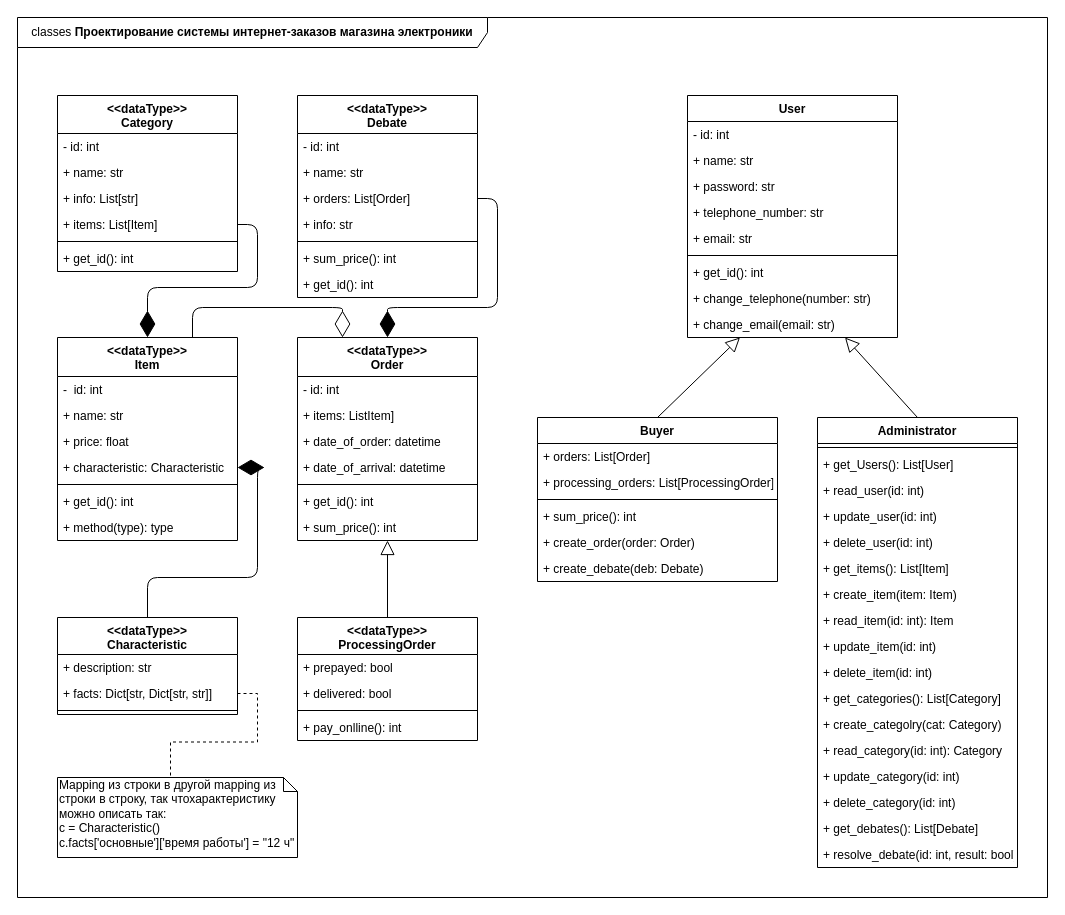
Above: classes.drawio in randomunrandom/MSS (draw.io), before the change. Source tidied: cells renumbered, new cells numbered last; positions are measured from the earlier drawing's top-left corner, leaving out a move shared by most shapes. Both pictures are drawn from the tidied source at 100%, with x=0, y=0 at pixel (17, 17).
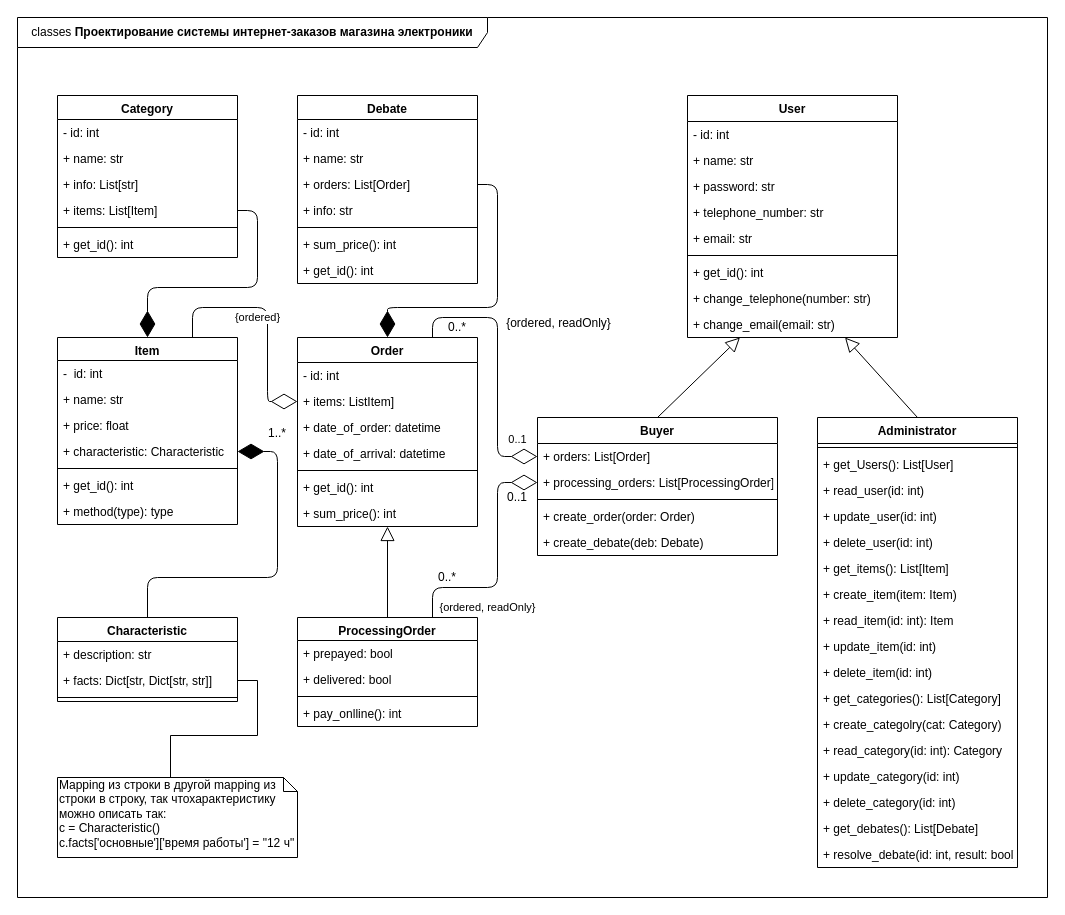
After the change.

Unchanged cells that the change refers to:
```xml
<mxCell id="17" value="+ orders: List[Order]" style="text;strokeColor=none;fillColor=none;align=left;verticalAlign=top;spacingLeft=4;spacingRight=4;overflow=hidden;points=[[0,0.5],[1,0.5]];portConstraint=eastwest;" parent="16" vertex="1">
  <mxGeometry y="26" width="240" height="26" as="geometry" />
</mxCell>
<mxCell id="18" value="+ processing_orders: List[ProcessingOrder]" style="text;strokeColor=none;fillColor=none;align=left;verticalAlign=top;spacingLeft=4;spacingRight=4;overflow=hidden;points=[[0,0.5],[1,0.5]];portConstraint=eastwest;" parent="16" vertex="1">
  <mxGeometry y="52" width="240" height="26" as="geometry" />
</mxCell>
<mxCell id="78" value="Mapping из строки в другой mapping из строки в строку, так чтохарактеристику можно описать так:&lt;br&gt;&lt;div&gt;c = Characteristic()&lt;/div&gt;&lt;div&gt;c.facts['основные']['время работы'] = &quot;12 ч&quot;&lt;br&gt;&lt;/div&gt;" style="shape=note;whiteSpace=wrap;html=1;size=14;verticalAlign=top;align=left;spacingTop=-6;" parent="1" vertex="1">
  <mxGeometry x="40" y="760" width="240" height="80" as="geometry" />
</mxCell>
```

Change to the diagram source:
```diff
@@
-    <mxCell id="3" value="&lt;&lt;dataType&gt;&gt;&#10;Item" style="swimlane;fontStyle=1;align=center;verticalAlign=top;horizontal=1;startSize=39;" parent="1" vertex="1">
-      <mxGeometry x="40" y="320" width="180" height="203" as="geometry" />
+    <mxCell id="3" value="Item" style="swimlane;fontStyle=1;align=center;verticalAlign=top;horizontal=1;startSize=23;" parent="1" vertex="1">
+      <mxGeometry x="40" y="320" width="180" height="187" as="geometry" />
     </mxCell>
     <mxCell id="4" value="-  id: int" style="text;strokeColor=none;fillColor=none;align=left;verticalAlign=top;spacingLeft=4;spacingRight=4;overflow=hidden;" parent="3" vertex="1">
-      <mxGeometry y="39" width="180" height="26" as="geometry" />
+      <mxGeometry y="23" width="180" height="26" as="geometry" />
     </mxCell>
     <mxCell id="5" value="+ name: str" style="text;strokeColor=none;fillColor=none;align=left;verticalAlign=top;spacingLeft=4;spacingRight=4;overflow=hidden;" parent="3" vertex="1">
-      <mxGeometry y="65" width="180" height="26" as="geometry" />
+      <mxGeometry y="49" width="180" height="26" as="geometry" />
     </mxCell>
     <mxCell id="6" value="+ price: float" style="text;strokeColor=none;fillColor=none;align=left;verticalAlign=top;spacingLeft=4;spacingRight=4;overflow=hidden;" parent="3" vertex="1">
-      <mxGeometry y="91" width="180" height="26" as="geometry" />
+      <mxGeometry y="75" width="180" height="26" as="geometry" />
     </mxCell>
     <mxCell id="7" value="+ characteristic: Characteristic" style="text;strokeColor=none;fillColor=none;align=left;verticalAlign=top;spacingLeft=4;spacingRight=4;overflow=hidden;points=[[0,0.5],[1,0.5]];portConstraint=eastwest;" parent="3" vertex="1">
-      <mxGeometry y="117" width="180" height="26" as="geometry" />
+      <mxGeometry y="101" width="180" height="26" as="geometry" />
     </mxCell>
     <mxCell id="8" style="line;strokeWidth=1;fillColor=none;align=left;verticalAlign=middle;spacingTop=-1;spacingLeft=3;spacingRight=3;labelPosition=right;" parent="3" vertex="1">
-      <mxGeometry y="143" width="180" height="8" as="geometry" />
+      <mxGeometry y="127" width="180" height="8" as="geometry" />
     </mxCell>
     <mxCell id="9" value="+ get_id(): int" style="text;strokeColor=none;fillColor=none;align=left;verticalAlign=top;spacingLeft=4;spacingRight=4;overflow=hidden;" parent="3" vertex="1">
-      <mxGeometry y="151" width="180" height="26" as="geometry" />
+      <mxGeometry y="135" width="180" height="26" as="geometry" />
     </mxCell>
     <mxCell id="10" value="+ method(type): type" style="text;strokeColor=none;fillColor=none;align=left;verticalAlign=top;spacingLeft=4;spacingRight=4;overflow=hidden;" parent="3" vertex="1">
-      <mxGeometry y="177" width="180" height="26" as="geometry" />
+      <mxGeometry y="161" width="180" height="26" as="geometry" />
     </mxCell>
-    <mxCell id="11" value="&lt;&lt;dataType&gt;&gt;&#10;ProcessingOrder" style="swimlane;fontStyle=1;align=center;verticalAlign=top;horizontal=1;startSize=37;" parent="1" vertex="1">
-      <mxGeometry x="280" y="600" width="180" height="123" as="geometry" />
+    <mxCell id="11" value="ProcessingOrder" style="swimlane;fontStyle=1;align=center;verticalAlign=top;horizontal=1;startSize=23;" parent="1" vertex="1">
+      <mxGeometry x="280" y="600" width="180" height="109" as="geometry" />
     </mxCell>
     <mxCell id="12" value="+ prepayed: bool" style="text;strokeColor=none;fillColor=none;align=left;verticalAlign=top;spacingLeft=4;spacingRight=4;overflow=hidden;" parent="11" vertex="1">
-      <mxGeometry y="37" width="180" height="26" as="geometry" />
+      <mxGeometry y="23" width="180" height="26" as="geometry" />
     </mxCell>
     <mxCell id="13" value="+ delivered: bool" style="text;strokeColor=none;fillColor=none;align=left;verticalAlign=top;spacingLeft=4;spacingRight=4;overflow=hidden;" parent="11" vertex="1">
-      <mxGeometry y="63" width="180" height="26" as="geometry" />
+      <mxGeometry y="49" width="180" height="26" as="geometry" />
     </mxCell>
     <mxCell id="14" style="line;strokeWidth=1;fillColor=none;align=left;verticalAlign=middle;spacingTop=-1;spacingLeft=3;spacingRight=3;labelPosition=right;" parent="11" vertex="1">
-      <mxGeometry y="89" width="180" height="8" as="geometry" />
+      <mxGeometry y="75" width="180" height="8" as="geometry" />
     </mxCell>
     <mxCell id="15" value="+ pay_onlline(): int" style="text;strokeColor=none;fillColor=none;align=left;verticalAlign=top;spacingLeft=4;spacingRight=4;overflow=hidden;" parent="11" vertex="1">
-      <mxGeometry y="97" width="180" height="26" as="geometry" />
+      <mxGeometry y="83" width="180" height="26" as="geometry" />
     </mxCell>
     <mxCell id="16" value="Buyer" style="swimlane;fontStyle=1;align=center;verticalAlign=top;horizontal=1;startSize=26;" parent="1" vertex="1">
-      <mxGeometry x="520" y="400" width="240" height="164" as="geometry" />
+      <mxGeometry x="520" y="400" width="240" height="138" as="geometry" />
     </mxCell>
@@
-    <mxCell id="20" value="+ sum_price(): int" style="text;strokeColor=none;fillColor=none;align=left;verticalAlign=top;spacingLeft=4;spacingRight=4;overflow=hidden;" parent="16" vertex="1">
-      <mxGeometry y="86" width="240" height="26" as="geometry" />
-    </mxCell>
     <mxCell id="21" value="+ create_order(order: Order)" style="text;strokeColor=none;fillColor=none;align=left;verticalAlign=top;spacingLeft=4;spacingRight=4;overflow=hidden;" parent="16" vertex="1">
-      <mxGeometry y="112" width="240" height="26" as="geometry" />
+      <mxGeometry y="86" width="240" height="26" as="geometry" />
     </mxCell>
     <mxCell id="22" value="+ create_debate(deb: Debate)" style="text;strokeColor=none;fillColor=none;align=left;verticalAlign=top;spacingLeft=4;spacingRight=4;overflow=hidden;" parent="16" vertex="1">
-      <mxGeometry y="138" width="240" height="26" as="geometry" />
+      <mxGeometry y="112" width="240" height="26" as="geometry" />
     </mxCell>
@@
-    <mxCell id="41" value="&lt;&lt;dataType&gt;&gt;&#10;Order" style="swimlane;fontStyle=1;align=center;verticalAlign=top;horizontal=1;startSize=39;" parent="1" vertex="1">
-      <mxGeometry x="280" y="320" width="180" height="203" as="geometry" />
+    <mxCell id="41" value="Order" style="swimlane;fontStyle=1;align=center;verticalAlign=top;horizontal=1;startSize=25;" parent="1" vertex="1">
+      <mxGeometry x="280" y="320" width="180" height="189" as="geometry" />
     </mxCell>
     <mxCell id="42" value="- id: int" style="text;strokeColor=none;fillColor=none;align=left;verticalAlign=top;spacingLeft=4;spacingRight=4;overflow=hidden;" parent="41" vertex="1">
-      <mxGeometry y="39" width="180" height="26" as="geometry" />
+      <mxGeometry y="25" width="180" height="26" as="geometry" />
     </mxCell>
     <mxCell id="43" value="+ items: ListItem]" style="text;strokeColor=none;fillColor=none;align=left;verticalAlign=top;spacingLeft=4;spacingRight=4;overflow=hidden;points=[[0,0.5],[1,0.5]];portConstraint=eastwest;" parent="41" vertex="1">
-      <mxGeometry y="65" width="180" height="26" as="geometry" />
+      <mxGeometry y="51" width="180" height="26" as="geometry" />
     </mxCell>
     <mxCell id="44" value="+ date_of_order: datetime" style="text;strokeColor=none;fillColor=none;align=left;verticalAlign=top;spacingLeft=4;spacingRight=4;overflow=hidden;" parent="41" vertex="1">
-      <mxGeometry y="91" width="180" height="26" as="geometry" />
+      <mxGeometry y="77" width="180" height="26" as="geometry" />
     </mxCell>
     <mxCell id="45" value="+ date_of_arrival: datetime" style="text;strokeColor=none;fillColor=none;align=left;verticalAlign=top;spacingLeft=4;spacingRight=4;overflow=hidden;" parent="41" vertex="1">
-      <mxGeometry y="117" width="180" height="26" as="geometry" />
+      <mxGeometry y="103" width="180" height="26" as="geometry" />
     </mxCell>
     <mxCell id="46" style="line;strokeWidth=1;fillColor=none;align=left;verticalAlign=middle;spacingTop=-1;spacingLeft=3;spacingRight=3;labelPosition=right;" parent="41" vertex="1">
-      <mxGeometry y="143" width="180" height="8" as="geometry" />
+      <mxGeometry y="129" width="180" height="8" as="geometry" />
     </mxCell>
     <mxCell id="47" value="+ get_id(): int" style="text;strokeColor=none;fillColor=none;align=left;verticalAlign=top;spacingLeft=4;spacingRight=4;overflow=hidden;" parent="41" vertex="1">
-      <mxGeometry y="151" width="180" height="26" as="geometry" />
+      <mxGeometry y="137" width="180" height="26" as="geometry" />
     </mxCell>
     <mxCell id="48" value="+ sum_price(): int" style="text;strokeColor=none;fillColor=none;align=left;verticalAlign=top;spacingLeft=4;spacingRight=4;overflow=hidden;" parent="41" vertex="1">
-      <mxGeometry y="177" width="180" height="26" as="geometry" />
+      <mxGeometry y="163" width="180" height="26" as="geometry" />
     </mxCell>
@@
-    <mxCell id="59" value="&lt;&lt;dataType&gt;&gt;&#10;Characteristic" style="swimlane;fontStyle=1;align=center;verticalAlign=top;horizontal=1;startSize=37;" parent="1" vertex="1">
-      <mxGeometry x="40" y="600" width="180" height="97" as="geometry" />
+    <mxCell id="59" value="Characteristic" style="swimlane;fontStyle=1;align=center;verticalAlign=top;horizontal=1;startSize=24;" parent="1" vertex="1">
+      <mxGeometry x="40" y="600" width="180" height="84" as="geometry" />
     </mxCell>
     <mxCell id="60" value="+ description: str" style="text;strokeColor=none;fillColor=none;align=left;verticalAlign=top;spacingLeft=4;spacingRight=4;overflow=hidden;" parent="59" vertex="1">
-      <mxGeometry y="37" width="180" height="26" as="geometry" />
+      <mxGeometry y="24" width="180" height="26" as="geometry" />
     </mxCell>
     <mxCell id="61" value="+ facts: Dict[str, Dict[str, str]]" style="text;strokeColor=none;fillColor=none;align=left;verticalAlign=top;spacingLeft=4;spacingRight=4;overflow=hidden;points=[[0,0.5],[1,0.5]];portConstraint=eastwest;" parent="59" vertex="1">
-      <mxGeometry y="63" width="180" height="26" as="geometry" />
+      <mxGeometry y="50" width="180" height="26" as="geometry" />
     </mxCell>
     <mxCell id="62" style="line;strokeWidth=1;fillColor=none;align=left;verticalAlign=middle;spacingTop=-1;spacingLeft=3;spacingRight=3;labelPosition=right;" parent="59" vertex="1">
-      <mxGeometry y="89" width="180" height="8" as="geometry" />
+      <mxGeometry y="76" width="180" height="8" as="geometry" />
     </mxCell>
-    <mxCell id="63" value="&lt;&lt;dataType&gt;&gt;&#10;Category" style="swimlane;fontStyle=1;align=center;verticalAlign=top;horizontal=1;startSize=38;" parent="1" vertex="1">
-      <mxGeometry x="40" y="78" width="180" height="176" as="geometry" />
+    <mxCell id="63" value="Category" style="swimlane;fontStyle=1;align=center;verticalAlign=top;horizontal=1;startSize=24;" parent="1" vertex="1">
+      <mxGeometry x="40" y="78" width="180" height="162" as="geometry" />
     </mxCell>
     <mxCell id="64" value="- id: int" style="text;strokeColor=none;fillColor=none;align=left;verticalAlign=top;spacingLeft=4;spacingRight=4;overflow=hidden;" parent="63" vertex="1">
-      <mxGeometry y="38" width="180" height="26" as="geometry" />
+      <mxGeometry y="24" width="180" height="26" as="geometry" />
     </mxCell>
     <mxCell id="65" value="+ name: str" style="text;strokeColor=none;fillColor=none;align=left;verticalAlign=top;spacingLeft=4;spacingRight=4;overflow=hidden;" parent="63" vertex="1">
-      <mxGeometry y="64" width="180" height="26" as="geometry" />
+      <mxGeometry y="50" width="180" height="26" as="geometry" />
     </mxCell>
     <mxCell id="66" value="+ info: List[str]" style="text;strokeColor=none;fillColor=none;align=left;verticalAlign=top;spacingLeft=4;spacingRight=4;overflow=hidden;" parent="63" vertex="1">
-      <mxGeometry y="90" width="180" height="26" as="geometry" />
+      <mxGeometry y="76" width="180" height="26" as="geometry" />
     </mxCell>
     <mxCell id="67" value="+ items: List[Item]" style="text;strokeColor=none;fillColor=none;align=left;verticalAlign=top;spacingLeft=4;spacingRight=4;overflow=hidden;points=[[0,0.5],[1,0.5]];portConstraint=eastwest;" parent="63" vertex="1">
-      <mxGeometry y="116" width="180" height="26" as="geometry" />
+      <mxGeometry y="102" width="180" height="26" as="geometry" />
     </mxCell>
     <mxCell id="68" style="line;strokeWidth=1;fillColor=none;align=left;verticalAlign=middle;spacingTop=-1;spacingLeft=3;spacingRight=3;labelPosition=right;" parent="63" vertex="1">
-      <mxGeometry y="142" width="180" height="8" as="geometry" />
+      <mxGeometry y="128" width="180" height="8" as="geometry" />
     </mxCell>
     <mxCell id="69" value="+ get_id(): int" style="text;strokeColor=none;fillColor=none;align=left;verticalAlign=top;spacingLeft=4;spacingRight=4;overflow=hidden;" parent="63" vertex="1">
-      <mxGeometry y="150" width="180" height="26" as="geometry" />
+      <mxGeometry y="136" width="180" height="26" as="geometry" />
     </mxCell>
-    <mxCell id="70" value="&lt;&lt;dataType&gt;&gt;&#10;Debate" style="swimlane;fontStyle=1;align=center;verticalAlign=top;horizontal=1;startSize=38;" parent="1" vertex="1">
-      <mxGeometry x="280" y="78" width="180" height="202" as="geometry" />
+    <mxCell id="70" value="Debate" style="swimlane;fontStyle=1;align=center;verticalAlign=top;horizontal=1;startSize=24;" parent="1" vertex="1">
+      <mxGeometry x="280" y="78" width="180" height="188" as="geometry" />
     </mxCell>
     <mxCell id="71" value="- id: int" style="text;strokeColor=none;fillColor=none;align=left;verticalAlign=top;spacingLeft=4;spacingRight=4;overflow=hidden;" parent="70" vertex="1">
-      <mxGeometry y="38" width="180" height="26" as="geometry" />
+      <mxGeometry y="24" width="180" height="26" as="geometry" />
     </mxCell>
     <mxCell id="72" value="+ name: str" style="text;strokeColor=none;fillColor=none;align=left;verticalAlign=top;spacingLeft=4;spacingRight=4;overflow=hidden;" parent="70" vertex="1">
-      <mxGeometry y="64" width="180" height="26" as="geometry" />
+      <mxGeometry y="50" width="180" height="26" as="geometry" />
     </mxCell>
     <mxCell id="73" value="+ orders: List[Order]" style="text;strokeColor=none;fillColor=none;align=left;verticalAlign=top;spacingLeft=4;spacingRight=4;overflow=hidden;points=[[0,0.5],[1,0.5]];portConstraint=eastwest;" parent="70" vertex="1">
-      <mxGeometry y="90" width="180" height="26" as="geometry" />
+      <mxGeometry y="76" width="180" height="26" as="geometry" />
     </mxCell>
     <mxCell id="74" value="+ info: str" style="text;strokeColor=none;fillColor=none;align=left;verticalAlign=top;spacingLeft=4;spacingRight=4;overflow=hidden;" parent="70" vertex="1">
-      <mxGeometry y="116" width="180" height="26" as="geometry" />
+      <mxGeometry y="102" width="180" height="26" as="geometry" />
     </mxCell>
     <mxCell id="75" style="line;strokeWidth=1;fillColor=none;align=left;verticalAlign=middle;spacingTop=-1;spacingLeft=3;spacingRight=3;labelPosition=right;" parent="70" vertex="1">
-      <mxGeometry y="142" width="180" height="8" as="geometry" />
+      <mxGeometry y="128" width="180" height="8" as="geometry" />
     </mxCell>
     <mxCell id="76" value="+ sum_price(): int" style="text;strokeColor=none;fillColor=none;align=left;verticalAlign=top;spacingLeft=4;spacingRight=4;overflow=hidden;" parent="70" vertex="1">
-      <mxGeometry y="150" width="180" height="26" as="geometry" />
+      <mxGeometry y="136" width="180" height="26" as="geometry" />
     </mxCell>
     <mxCell id="77" value="+ get_id(): int" style="text;strokeColor=none;fillColor=none;align=left;verticalAlign=top;spacingLeft=4;spacingRight=4;overflow=hidden;" parent="70" vertex="1">
-      <mxGeometry y="176" width="180" height="26" as="geometry" />
+      <mxGeometry y="162" width="180" height="26" as="geometry" />
     </mxCell>
@@
-    <mxCell id="79" style="edgeStyle=orthogonalEdgeStyle;rounded=0;jettySize=auto;html=1;exitX=1;exitY=0.5;exitDx=0;exitDy=0;entryX=0;entryY=0;entryDx=113;entryDy=0;entryPerimeter=0;endArrow=none;endFill=0;dashed=1;" parent="1" edge="1" source="61" target="78">
+    <mxCell id="79" style="edgeStyle=orthogonalEdgeStyle;rounded=0;jettySize=auto;html=1;exitX=1;exitY=0.5;exitDx=0;exitDy=0;entryX=0;entryY=0;entryDx=113;entryDy=0;entryPerimeter=0;endArrow=none;endFill=0;" parent="1" edge="1" source="61" target="78">
       <mxGeometry relative="1" as="geometry" />
     </mxCell>
@@
     <mxCell id="83" style="endArrow=diamondThin;endFill=1;endSize=24;html=1;entryX=0.5;entryY=0;entryDx=0;entryDy=0;exitX=1;exitY=0.5;exitDx=0;exitDy=0;" parent="1" edge="1" source="73" target="41">
       <mxGeometry relative="1" as="geometry">
         <Array as="points">
-          <mxPoint x="480" y="181" />
+          <mxPoint x="480" y="167" />
           <mxPoint x="480" y="290" />
           <mxPoint x="370" y="290" />
         </Array>
       </mxGeometry>
     </mxCell>
     <mxCell id="84" style="endArrow=diamondThin;endFill=1;endSize=24;html=1;entryX=0.5;entryY=0;entryDx=0;entryDy=0;exitX=1;exitY=0.5;exitDx=0;exitDy=0;" parent="1" edge="1" source="67" target="3">
       <mxGeometry relative="1" as="geometry">
         <Array as="points">
-          <mxPoint x="240" y="207" />
+          <mxPoint x="240" y="193" />
           <mxPoint x="240" y="270" />
           <mxPoint x="130" y="270" />
         </Array>
       </mxGeometry>
     </mxCell>
     <mxCell id="85" style="endArrow=diamondThin;endFill=1;endSize=24;html=1;entryX=1;entryY=0.5;entryDx=0;entryDy=0;exitX=0.5;exitY=0;exitDx=0;exitDy=0;" parent="1" edge="1" source="59" target="7">
       <mxGeometry relative="1" as="geometry">
         <Array as="points">
           <mxPoint x="130" y="560" />
-          <mxPoint x="240" y="560" />
-          <mxPoint x="240" y="450" />
+          <mxPoint x="260" y="560" />
+          <mxPoint x="260" y="434" />
         </Array>
       </mxGeometry>
     </mxCell>
-    <mxCell id="86" style="endArrow=diamondThin;endFill=0;endSize=24;html=1;entryX=0.25;entryY=0;entryDx=0;entryDy=0;exitX=0.75;exitY=0;exitDx=0;exitDy=0;" parent="1" edge="1" source="3" target="41">
-      <mxGeometry relative="1" as="geometry">
+    <mxCell id="86" value="{ordered}" style="endArrow=diamondThin;endFill=0;endSize=24;html=1;entryX=0;entryY=0.5;entryDx=0;entryDy=0;exitX=0.75;exitY=0;exitDx=0;exitDy=0;" parent="1" edge="1" source="3" target="43">
+      <mxGeometry y="-10" relative="1" as="geometry">
         <Array as="points">
           <mxPoint x="175" y="290" />
-          <mxPoint x="325" y="290" />
+          <mxPoint x="250" y="290" />
+          <mxPoint x="250" y="384" />
         </Array>
       </mxGeometry>
     </mxCell>
+    <mxCell id="87" value="0..1" style="endArrow=diamondThin;endFill=0;endSize=24;html=1;entryX=0;entryY=0.5;entryDx=0;entryDy=0;exitX=0.75;exitY=0;exitDx=0;exitDy=0;" parent="1" edge="1" source="41" target="17">
+      <mxGeometry x="0.85" y="18" relative="1" as="geometry">
+        <Array as="points">
+          <mxPoint x="415" y="300" />
+          <mxPoint x="480" y="300" />
+          <mxPoint x="480" y="439" />
+        </Array>
+        <mxPoint y="1" as="offset" />
+      </mxGeometry>
+    </mxCell>
+    <mxCell id="88" value="{ordered, readOnly}" style="text;html=1;align=center;verticalAlign=middle;labelBackgroundColor=#ffffff;" parent="87" vertex="1">
+      <mxGeometry x="-0.68" y="-5" relative="1" as="geometry">
+        <mxPoint x="103" as="offset" />
+      </mxGeometry>
+    </mxCell>
+    <mxCell id="89" value="{ordered, readOnly}" style="endArrow=diamondThin;endFill=0;endSize=24;html=1;entryX=0;entryY=0.5;entryDx=0;entryDy=0;exitX=0.75;exitY=0;exitDx=0;exitDy=0;" parent="1" edge="1" source="11" target="18">
+      <mxGeometry x="-0.29" y="-20" relative="1" as="geometry">
+        <Array as="points">
+          <mxPoint x="415" y="570" />
+          <mxPoint x="480" y="570" />
+          <mxPoint x="480" y="465" />
+        </Array>
+      </mxGeometry>
+    </mxCell>
+    <mxCell id="90" value="0..*" style="text;html=1;strokeColor=none;fillColor=none;align=center;verticalAlign=middle;whiteSpace=wrap;rounded=0;" parent="1" vertex="1">
+      <mxGeometry x="420" y="300" width="40" height="20" as="geometry" />
+    </mxCell>
+    <mxCell id="91" value="0..1" style="text;html=1;strokeColor=none;fillColor=none;align=center;verticalAlign=middle;whiteSpace=wrap;rounded=0;" parent="1" vertex="1">
+      <mxGeometry x="480" y="470" width="40" height="20" as="geometry" />
+    </mxCell>
+    <mxCell id="92" value="0..*" style="text;html=1;strokeColor=none;fillColor=none;align=center;verticalAlign=middle;whiteSpace=wrap;rounded=0;" parent="1" vertex="1">
+      <mxGeometry x="410" y="550" width="40" height="20" as="geometry" />
+    </mxCell>
+    <mxCell id="93" value="1..*" style="text;html=1;strokeColor=none;fillColor=none;align=center;verticalAlign=middle;whiteSpace=wrap;rounded=0;" parent="1" vertex="1">
+      <mxGeometry x="240" y="406" width="40" height="20" as="geometry" />
+    </mxCell>
```
